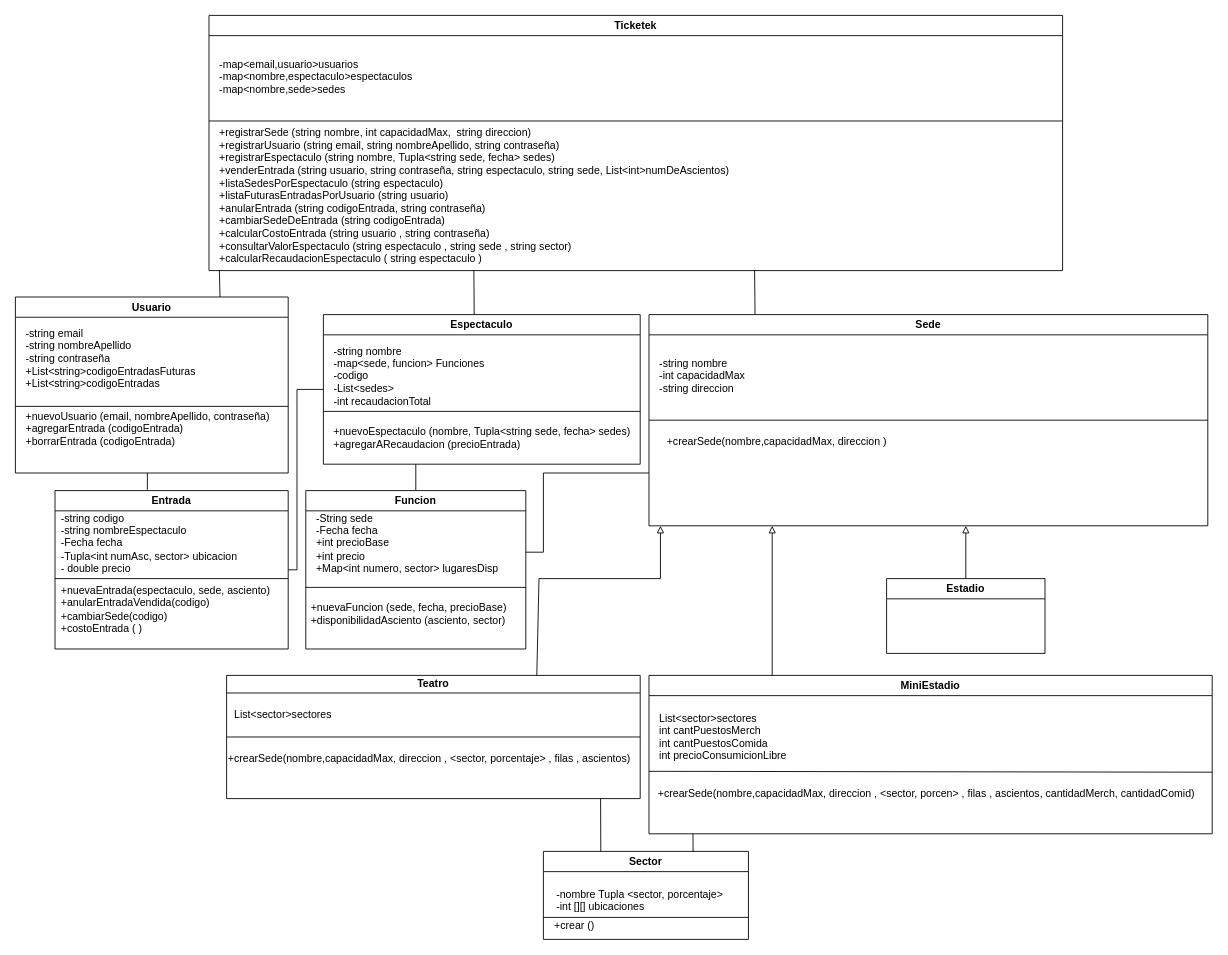
Before: src/TPprog2.drawio in MarianoRada/TP-progra-2, a draw.io diagram. Source tidied: cells renumbered, new cells numbered last; positions are measured from the earlier drawing's top-left corner, leaving out a move shared by most shapes. Both pictures are drawn from the tidied source at 88%, with x=0, y=0 at pixel (15, 15).
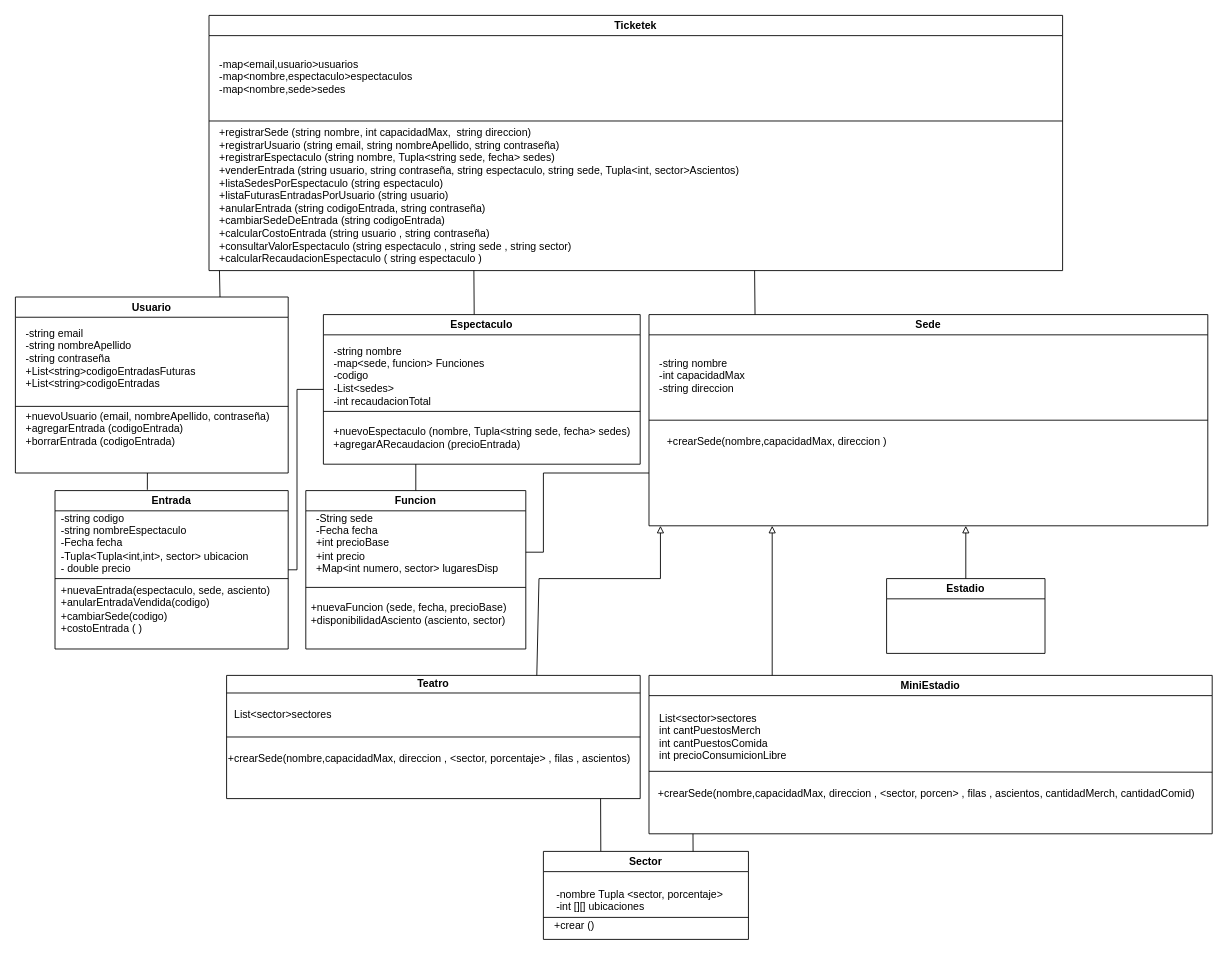
The same diagram, later.

The change refers to these unchanged cells:
```xml
<mxCell id="6" value="Ticketek" style="swimlane;whiteSpace=wrap;html=1;fillStyle=auto;rounded=0;glass=0;shadow=0;swimlaneLine=1;fontSize=12;" parent="1" vertex="1">
  <mxGeometry x="220" width="970" height="290" as="geometry" />
</mxCell>
<mxCell id="28" value="Entrada" style="swimlane;whiteSpace=wrap;html=1;fillStyle=auto;rounded=0;glass=0;shadow=0;swimlaneLine=1;fontSize=12;" parent="1" vertex="1">
  <mxGeometry x="45" y="540" width="265" height="180" as="geometry" />
</mxCell>
```

Change to the diagram source:
```diff
@@
-    <mxCell id="9" value="&lt;font&gt;+registrarSede (string nombre, int capacidadMax,&amp;nbsp; string direccion)&lt;/font&gt;&lt;div&gt;&lt;font&gt;+registrarUsuario (string email, string nombreApellido, string contraseña)&lt;/font&gt;&lt;/div&gt;&lt;div&gt;&lt;font&gt;+registrarEspectaculo (string nombre,&amp;nbsp;Tupla&lt;span style=&quot;color: light-dark(rgb(0, 0, 0), rgb(255, 255, 255)); background-color: transparent;&quot;&gt;&amp;lt;string sede, fecha&lt;/span&gt;&lt;span style=&quot;color: light-dark(rgb(0, 0, 0), rgb(255, 255, 255)); background-color: transparent;&quot;&gt;&amp;gt; sedes&lt;/span&gt;)&lt;/font&gt;&lt;/div&gt;&lt;div&gt;&lt;font&gt;+venderEntrada (string usuario, string contraseña, string espectaculo, string sede, List&lt;/font&gt;&lt;span style=&quot;background-color: transparent; color: light-dark(rgb(0, 0, 0), rgb(255, 255, 255));&quot;&gt;&amp;lt;int&lt;/span&gt;&lt;span style=&quot;background-color: transparent; color: light-dark(rgb(0, 0, 0), rgb(255, 255, 255));&quot;&gt;&amp;gt;&lt;/span&gt;&lt;span style=&quot;background-color: transparent; color: light-dark(rgb(0, 0, 0), rgb(255, 255, 255));&quot;&gt;numDeAscientos)&lt;/span&gt;&lt;/div&gt;&lt;div&gt;&lt;span style=&quot;background-color: transparent; color: light-dark(rgb(0, 0, 0), rgb(255, 255, 255));&quot;&gt;+listaSedesPorEspectaculo (string espectaculo)&lt;/span&gt;&lt;/div&gt;&lt;div&gt;&lt;span style=&quot;background-color: transparent; color: light-dark(rgb(0, 0, 0), rgb(255, 255, 255));&quot;&gt;+listaFuturasEntradasPorUsuario (string usuario)&lt;/span&gt;&lt;/div&gt;&lt;div&gt;&lt;font&gt;+anularEntrada (string codigoEntrada, string contraseña)&lt;/font&gt;&lt;/div&gt;&lt;div&gt;&lt;font&gt;+cambiarSedeDeEntrada (string codigoEntrada)&lt;/font&gt;&lt;/div&gt;&lt;div&gt;&lt;font&gt;+calcularCostoEntrada (string usuario , string contraseña)&lt;/font&gt;&lt;/div&gt;&lt;div&gt;&lt;font&gt;+consultarValorEspectaculo (string espectaculo , string sede , string sector)&lt;/font&gt;&lt;/div&gt;&lt;div&gt;&lt;font&gt;+calcularRecaudacionEspectaculo ( string espectaculo )&lt;/font&gt;&lt;/div&gt;" style="text;html=1;align=left;verticalAlign=middle;points=[];strokeColor=none;fillColor=none;fontSize=12;" parent="6" vertex="1">
-      <mxGeometry x="10" y="120" width="600" height="170" as="geometry" />
+    <mxCell id="9" value="&lt;font&gt;+registrarSede (string nombre, int capacidadMax,&amp;nbsp; string direccion)&lt;/font&gt;&lt;div&gt;&lt;font&gt;+registrarUsuario (string email, string nombreApellido, string contraseña)&lt;/font&gt;&lt;/div&gt;&lt;div&gt;&lt;font&gt;+registrarEspectaculo (string nombre,&amp;nbsp;Tupla&lt;span style=&quot;color: light-dark(rgb(0, 0, 0), rgb(255, 255, 255)); background-color: transparent;&quot;&gt;&amp;lt;string sede, fecha&lt;/span&gt;&lt;span style=&quot;color: light-dark(rgb(0, 0, 0), rgb(255, 255, 255)); background-color: transparent;&quot;&gt;&amp;gt; sedes&lt;/span&gt;)&lt;/font&gt;&lt;/div&gt;&lt;div&gt;&lt;font&gt;+venderEntrada (string usuario, string contraseña, string espectaculo, string sede, Tupla&lt;/font&gt;&lt;span style=&quot;background-color: transparent; color: light-dark(rgb(0, 0, 0), rgb(255, 255, 255));&quot;&gt;&amp;lt;int, sector&lt;/span&gt;&lt;span style=&quot;background-color: transparent; color: light-dark(rgb(0, 0, 0), rgb(255, 255, 255));&quot;&gt;&amp;gt;&lt;/span&gt;&lt;span style=&quot;background-color: transparent; color: light-dark(rgb(0, 0, 0), rgb(255, 255, 255));&quot;&gt;Ascientos)&lt;/span&gt;&lt;/div&gt;&lt;div&gt;&lt;span style=&quot;background-color: transparent; color: light-dark(rgb(0, 0, 0), rgb(255, 255, 255));&quot;&gt;+listaSedesPorEspectaculo (string espectaculo)&lt;/span&gt;&lt;/div&gt;&lt;div&gt;&lt;span style=&quot;background-color: transparent; color: light-dark(rgb(0, 0, 0), rgb(255, 255, 255));&quot;&gt;+listaFuturasEntradasPorUsuario (string usuario)&lt;/span&gt;&lt;/div&gt;&lt;div&gt;&lt;font&gt;+anularEntrada (string codigoEntrada, string contraseña)&lt;/font&gt;&lt;/div&gt;&lt;div&gt;&lt;font&gt;+cambiarSedeDeEntrada (string codigoEntrada)&lt;/font&gt;&lt;/div&gt;&lt;div&gt;&lt;font&gt;+calcularCostoEntrada (string usuario , string contraseña)&lt;/font&gt;&lt;/div&gt;&lt;div&gt;&lt;font&gt;+consultarValorEspectaculo (string espectaculo , string sede , string sector)&lt;/font&gt;&lt;/div&gt;&lt;div&gt;&lt;font&gt;+calcularRecaudacionEspectaculo ( string espectaculo )&lt;/font&gt;&lt;/div&gt;" style="text;html=1;align=left;verticalAlign=middle;points=[];strokeColor=none;fillColor=none;fontSize=12;" parent="6" vertex="1">
+      <mxGeometry x="10" y="120" width="630" height="170" as="geometry" />
     </mxCell>
@@
-    <mxCell id="29" value="&lt;div&gt;&lt;span&gt;-string codigo&lt;/span&gt;&lt;/div&gt;&lt;div&gt;&lt;span&gt;-string nombreEspectaculo&lt;/span&gt;&lt;/div&gt;&lt;div&gt;&lt;span&gt;-Fecha fecha&lt;/span&gt;&lt;/div&gt;&lt;div&gt;&lt;span&gt;-Tupla&lt;/span&gt;&lt;span style=&quot;background-color: transparent; color: light-dark(rgb(0, 0, 0), rgb(255, 255, 255));&quot;&gt;&amp;lt;int numAsc, sector&lt;/span&gt;&lt;span style=&quot;background-color: transparent; color: light-dark(rgb(0, 0, 0), rgb(255, 255, 255));&quot;&gt;&amp;gt;&lt;/span&gt;&lt;span style=&quot;background-color: transparent; color: light-dark(rgb(0, 0, 0), rgb(255, 255, 255));&quot;&gt;&amp;nbsp;ubicacion&lt;/span&gt;&lt;/div&gt;&lt;div&gt;&lt;span style=&quot;background-color: transparent; color: light-dark(rgb(0, 0, 0), rgb(255, 255, 255));&quot;&gt;- double precio&lt;/span&gt;&lt;/div&gt;" style="text;html=1;align=left;verticalAlign=middle;strokeColor=none;fillColor=none;fontSize=12;" parent="28" vertex="1">
-      <mxGeometry x="5" y="15" width="220" height="90" as="geometry" />
+    <mxCell id="29" value="&lt;div&gt;&lt;span&gt;-string codigo&lt;/span&gt;&lt;/div&gt;&lt;div&gt;&lt;span&gt;-string nombreEspectaculo&lt;/span&gt;&lt;/div&gt;&lt;div&gt;&lt;span&gt;-Fecha fecha&lt;/span&gt;&lt;/div&gt;&lt;div&gt;&lt;span&gt;-Tupla&lt;/span&gt;&lt;span style=&quot;background-color: transparent; color: light-dark(rgb(0, 0, 0), rgb(255, 255, 255));&quot;&gt;&amp;lt;&lt;/span&gt;Tupla&lt;span style=&quot;color: light-dark(rgb(0, 0, 0), rgb(255, 255, 255)); background-color: transparent;&quot;&gt;&amp;lt;int,int&lt;/span&gt;&lt;span style=&quot;color: light-dark(rgb(0, 0, 0), rgb(255, 255, 255)); background-color: transparent;&quot;&gt;&amp;gt;&lt;/span&gt;&lt;span style=&quot;background-color: transparent; color: light-dark(rgb(0, 0, 0), rgb(255, 255, 255));&quot;&gt;, sector&lt;/span&gt;&lt;span style=&quot;background-color: transparent; color: light-dark(rgb(0, 0, 0), rgb(255, 255, 255));&quot;&gt;&amp;gt;&lt;/span&gt;&lt;span style=&quot;background-color: transparent; color: light-dark(rgb(0, 0, 0), rgb(255, 255, 255));&quot;&gt;&amp;nbsp;ubicacion&lt;/span&gt;&lt;/div&gt;&lt;div&gt;&lt;span style=&quot;background-color: transparent; color: light-dark(rgb(0, 0, 0), rgb(255, 255, 255));&quot;&gt;- double precio&lt;/span&gt;&lt;/div&gt;" style="text;html=1;align=left;verticalAlign=middle;strokeColor=none;fillColor=none;fontSize=12;" parent="28" vertex="1">
+      <mxGeometry x="5" y="15" width="240" height="90" as="geometry" />
     </mxCell>
```
